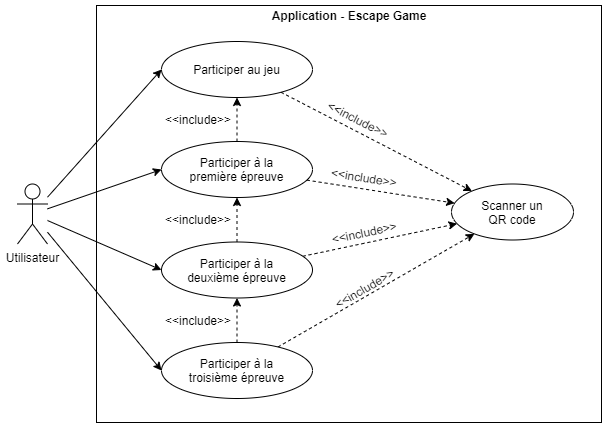
Earlier version of the draw.io export docs/assets/images/Usecase.png (Bollemii/MASI-mobile-escape-game). Source tidied: cells renumbered, new cells last; positions are measured from the earlier drawing's top-left corner, leaving out a move shared by most shapes. Its diagram source:
```xml
<mxGraphModel>
  <root>
    <mxCell id="0" />
    <mxCell id="1" parent="0" />
    <mxCell id="2" style="rounded=0;whiteSpace=wrap;html=1;" parent="1" vertex="1">
      <mxGeometry x="79" width="505" height="417" as="geometry" />
    </mxCell>
    <mxCell id="3" style="rounded=0;jettySize=auto;html=1;entryX=0;entryY=0.5;entryDx=0;entryDy=0;" parent="1" edge="1" source="7" target="13">
      <mxGeometry relative="1" as="geometry" />
    </mxCell>
    <mxCell id="4" style="edgeStyle=none;rounded=0;jettySize=auto;html=1;entryX=0;entryY=0.5;entryDx=0;entryDy=0;" parent="1" edge="1" source="7" target="11">
      <mxGeometry relative="1" as="geometry" />
    </mxCell>
    <mxCell id="5" style="edgeStyle=none;rounded=0;jettySize=auto;html=1;entryX=0;entryY=0.5;entryDx=0;entryDy=0;" parent="1" edge="1" source="7" target="16">
      <mxGeometry relative="1" as="geometry" />
    </mxCell>
    <mxCell id="6" style="edgeStyle=none;rounded=0;jettySize=auto;html=1;entryX=0;entryY=0.5;entryDx=0;entryDy=0;" parent="1" edge="1" source="7" target="19">
      <mxGeometry relative="1" as="geometry" />
    </mxCell>
    <mxCell id="7" value="Utilisateur" style="shape=umlActor;verticalLabelPosition=bottom;verticalAlign=top;html=1;" parent="1" vertex="1">
      <mxGeometry y="178.5" width="30" height="60" as="geometry" />
    </mxCell>
    <mxCell id="8" value="Scanner un&lt;br&gt;QR code" style="ellipse;whiteSpace=wrap;html=1;" parent="1" vertex="1">
      <mxGeometry x="434" y="178.5" width="122" height="56" as="geometry" />
    </mxCell>
    <mxCell id="9" style="edgeStyle=none;rounded=0;jettySize=auto;html=1;dashed=1;" parent="1" edge="1" source="11" target="8">
      <mxGeometry relative="1" as="geometry" />
    </mxCell>
    <mxCell id="10" style="edgeStyle=none;rounded=0;jettySize=auto;html=1;dashed=1;" parent="1" edge="1" source="11" target="13">
      <mxGeometry relative="1" as="geometry" />
    </mxCell>
    <mxCell id="11" value="Participer à la&lt;br&gt;première épreuve" style="ellipse;whiteSpace=wrap;html=1;" parent="1" vertex="1">
      <mxGeometry x="144" y="136" width="151" height="56" as="geometry" />
    </mxCell>
    <mxCell id="12" style="edgeStyle=none;rounded=0;jettySize=auto;html=1;dashed=1;" parent="1" edge="1" source="13" target="8">
      <mxGeometry relative="1" as="geometry" />
    </mxCell>
    <mxCell id="13" value="Participer au jeu" style="ellipse;whiteSpace=wrap;html=1;" parent="1" vertex="1">
      <mxGeometry x="144" y="36" width="151" height="56" as="geometry" />
    </mxCell>
    <mxCell id="14" style="edgeStyle=none;rounded=0;jettySize=auto;html=1;dashed=1;" parent="1" edge="1" source="16" target="8">
      <mxGeometry relative="1" as="geometry" />
    </mxCell>
    <mxCell id="15" style="edgeStyle=none;rounded=0;jettySize=auto;html=1;dashed=1;" parent="1" edge="1" source="16" target="11">
      <mxGeometry relative="1" as="geometry" />
    </mxCell>
    <mxCell id="16" value="Participer à la&lt;br&gt;deuxième épreuve" style="ellipse;whiteSpace=wrap;html=1;" parent="1" vertex="1">
      <mxGeometry x="144" y="236.5" width="151" height="56" as="geometry" />
    </mxCell>
    <mxCell id="17" style="edgeStyle=none;rounded=0;jettySize=auto;html=1;dashed=1;" parent="1" edge="1" source="19" target="8">
      <mxGeometry relative="1" as="geometry" />
    </mxCell>
    <mxCell id="18" style="edgeStyle=none;rounded=0;jettySize=auto;html=1;dashed=1;" parent="1" edge="1" source="19" target="16">
      <mxGeometry relative="1" as="geometry" />
    </mxCell>
    <mxCell id="19" value="Participer à la&lt;br&gt;troisième épreuve" style="ellipse;whiteSpace=wrap;html=1;" parent="1" vertex="1">
      <mxGeometry x="144" y="337" width="151" height="56" as="geometry" />
    </mxCell>
    <mxCell id="20" value="&amp;lt;&amp;lt;include&amp;gt;&amp;gt;" style="text;html=1;strokeColor=none;fillColor=none;align=center;verticalAlign=middle;whiteSpace=wrap;rounded=0;rotation=330;" parent="1" vertex="1">
      <mxGeometry x="310" y="272.5" width="74" height="20" as="geometry" />
    </mxCell>
    <mxCell id="21" value="&amp;lt;&amp;lt;include&amp;gt;&amp;gt;" style="text;html=1;strokeColor=none;fillColor=none;align=center;verticalAlign=middle;whiteSpace=wrap;rounded=0;rotation=348;" parent="1" vertex="1">
      <mxGeometry x="310" y="216.5" width="74" height="20" as="geometry" />
    </mxCell>
    <mxCell id="22" value="&amp;lt;&amp;lt;include&amp;gt;&amp;gt;" style="text;html=1;strokeColor=none;fillColor=none;align=center;verticalAlign=middle;whiteSpace=wrap;rounded=0;rotation=9;" parent="1" vertex="1">
      <mxGeometry x="310" y="162" width="74" height="20" as="geometry" />
    </mxCell>
    <mxCell id="23" value="&amp;lt;&amp;lt;include&amp;gt;&amp;gt;" style="text;html=1;strokeColor=none;fillColor=none;align=center;verticalAlign=middle;whiteSpace=wrap;rounded=0;" parent="1" vertex="1">
      <mxGeometry x="144" y="305" width="74" height="20" as="geometry" />
    </mxCell>
    <mxCell id="24" value="&amp;lt;&amp;lt;include&amp;gt;&amp;gt;" style="text;html=1;strokeColor=none;fillColor=none;align=center;verticalAlign=middle;whiteSpace=wrap;rounded=0;" parent="1" vertex="1">
      <mxGeometry x="144" y="204" width="74" height="20" as="geometry" />
    </mxCell>
    <mxCell id="25" value="&amp;lt;&amp;lt;include&amp;gt;&amp;gt;" style="text;html=1;strokeColor=none;fillColor=none;align=center;verticalAlign=middle;whiteSpace=wrap;rounded=0;" parent="1" vertex="1">
      <mxGeometry x="144" y="104" width="74" height="20" as="geometry" />
    </mxCell>
    <mxCell id="26" value="&amp;lt;&amp;lt;include&amp;gt;&amp;gt;" style="text;html=1;strokeColor=none;fillColor=none;align=center;verticalAlign=middle;whiteSpace=wrap;rounded=0;rotation=27;" parent="1" vertex="1">
      <mxGeometry x="304" y="104" width="74" height="20" as="geometry" />
    </mxCell>
    <mxCell id="27" value="Application - Escape Game" style="text;html=1;strokeColor=none;fillColor=none;align=center;verticalAlign=middle;whiteSpace=wrap;rounded=0;fontStyle=1;" parent="1" vertex="1">
      <mxGeometry x="250.8" width="161.5" height="20" as="geometry" />
    </mxCell>
  </root>
</mxGraphModel>
```
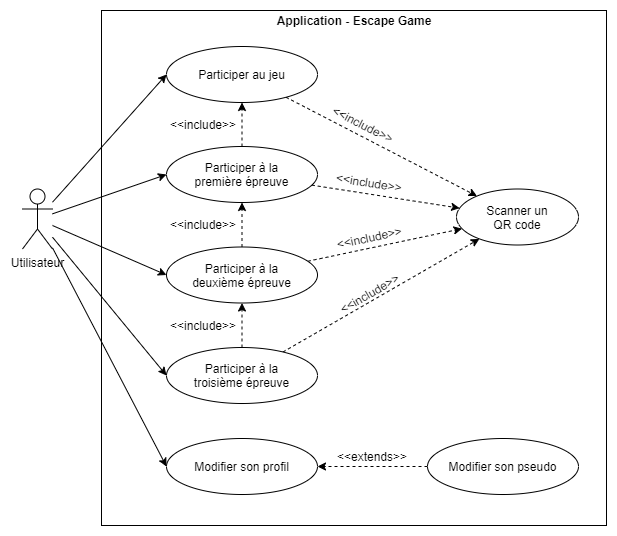
After the commit.

The edit, as a diff of the source:
```diff
@@ -3,7 +3,7 @@
     <mxCell id="0" />
     <mxCell id="1" parent="0" />
     <mxCell id="2" style="rounded=0;whiteSpace=wrap;html=1;" parent="1" vertex="1">
-      <mxGeometry x="79" width="505" height="417" as="geometry" />
+      <mxGeometry x="79" width="505" height="515" as="geometry" />
     </mxCell>
     <mxCell id="3" style="rounded=0;jettySize=auto;html=1;entryX=0;entryY=0.5;entryDx=0;entryDy=0;" parent="1" edge="1" source="7" target="13">
       <mxGeometry relative="1" as="geometry" />
@@ -17,6 +17,9 @@
     <mxCell id="6" style="edgeStyle=none;rounded=0;jettySize=auto;html=1;entryX=0;entryY=0.5;entryDx=0;entryDy=0;" parent="1" edge="1" source="7" target="19">
       <mxGeometry relative="1" as="geometry" />
     </mxCell>
+    <mxCell id="28" style="rounded=0;jettySize=auto;html=1;entryX=0;entryY=0.5;entryDx=0;entryDy=0;" parent="1" edge="1" source="7" target="29">
+      <mxGeometry relative="1" as="geometry" />
+    </mxCell>
     <mxCell id="7" value="Utilisateur" style="shape=umlActor;verticalLabelPosition=bottom;verticalAlign=top;html=1;" parent="1" vertex="1">
       <mxGeometry y="178.5" width="30" height="60" as="geometry" />
     </mxCell>
@@ -80,5 +83,17 @@
     <mxCell id="27" value="Application - Escape Game" style="text;html=1;strokeColor=none;fillColor=none;align=center;verticalAlign=middle;whiteSpace=wrap;rounded=0;fontStyle=1;" parent="1" vertex="1">
       <mxGeometry x="250.8" width="161.5" height="20" as="geometry" />
     </mxCell>
+    <mxCell id="29" value="Modifier son profil" style="ellipse;whiteSpace=wrap;html=1;" parent="1" vertex="1">
+      <mxGeometry x="144" y="428" width="151" height="56" as="geometry" />
+    </mxCell>
+    <mxCell id="30" style="edgeStyle=none;rounded=0;jettySize=auto;html=1;dashed=1;" parent="1" edge="1" source="31" target="29">
+      <mxGeometry relative="1" as="geometry" />
+    </mxCell>
+    <mxCell id="31" value="Modifier son pseudo" style="ellipse;whiteSpace=wrap;html=1;" parent="1" vertex="1">
+      <mxGeometry x="405" y="428" width="151" height="56" as="geometry" />
+    </mxCell>
+    <mxCell id="32" value="&amp;lt;&amp;lt;extends&amp;gt;&amp;gt;" style="text;html=1;strokeColor=none;fillColor=none;align=center;verticalAlign=middle;whiteSpace=wrap;rounded=0;" parent="1" vertex="1">
+      <mxGeometry x="313" y="436" width="74" height="20" as="geometry" />
+    </mxCell>
   </root>
 </mxGraphModel>
```
